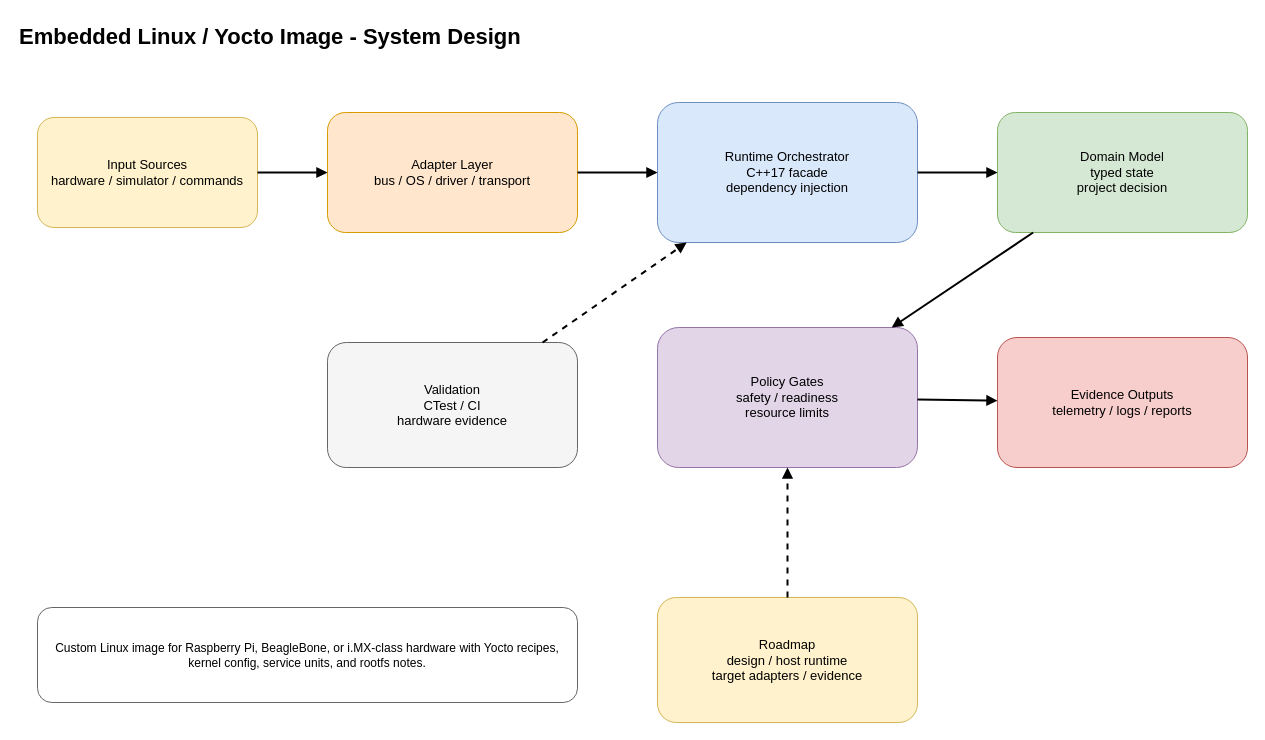
This is docs/design/diagrams/system-design.drawio from rheslar1/embedded-linux-yocto-image, a draw.io file, before an edit. Source tidied: cells renumbered, new cells numbered last; positions are measured from the earlier drawing's top-left corner, leaving out a move shared by most shapes. Both pictures are drawn from the tidied source at 100%, with x=0, y=0 at pixel (17, 17).
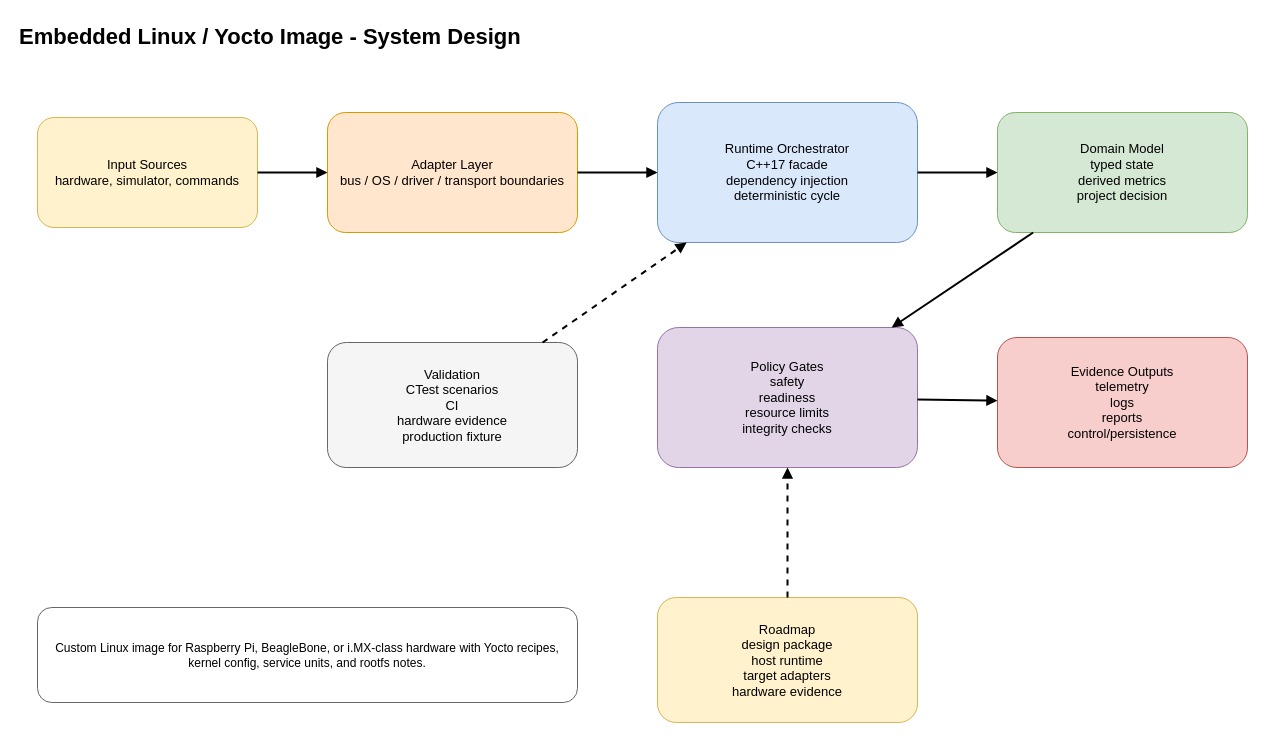
The same page after the edit.

Commit message (it also covers changes not shown here):
Add detailed design documentation package

Change to the diagram source:
```diff
@@
 <mxGraphModel>
   <root>
     <mxCell id="0" />
     <mxCell id="1" parent="0" />
     <mxCell id="2" value="Embedded Linux / Yocto Image - System Design" style="text;html=1;strokeColor=none;fillColor=none;fontSize=22;fontStyle=1;" parent="1" vertex="1">
-      <mxGeometry width="780" height="40" as="geometry" />
+      <mxGeometry width="760" height="40" as="geometry" />
     </mxCell>
-    <mxCell id="3" value="Input Sources&#10;hardware / simulator / commands" style="rounded=1;whiteSpace=wrap;html=1;fillColor=#fff2cc;strokeColor=#d6b656;fontSize=13;" parent="1" vertex="1">
+    <mxCell id="3" value="Input Sources&#10;hardware, simulator, commands" style="rounded=1;whiteSpace=wrap;html=1;fillColor=#fff2cc;strokeColor=#d6b656;fontSize=13;" parent="1" vertex="1">
       <mxGeometry x="20" y="100" width="220" height="110" as="geometry" />
     </mxCell>
-    <mxCell id="4" value="Adapter Layer&#10;bus / OS / driver / transport" style="rounded=1;whiteSpace=wrap;html=1;fillColor=#ffe6cc;strokeColor=#d79b00;fontSize=13;" parent="1" vertex="1">
+    <mxCell id="4" value="Adapter Layer&#10;bus / OS / driver / transport boundaries" style="rounded=1;whiteSpace=wrap;html=1;fillColor=#ffe6cc;strokeColor=#d79b00;fontSize=13;" parent="1" vertex="1">
       <mxGeometry x="310" y="95" width="250" height="120" as="geometry" />
     </mxCell>
-    <mxCell id="5" value="Runtime Orchestrator&#10;C++17 facade&#10;dependency injection" style="rounded=1;whiteSpace=wrap;html=1;fillColor=#dae8fc;strokeColor=#6c8ebf;fontSize=13;" parent="1" vertex="1">
+    <mxCell id="5" value="Runtime Orchestrator&#10;C++17 facade&#10;dependency injection&#10;deterministic cycle" style="rounded=1;whiteSpace=wrap;html=1;fillColor=#dae8fc;strokeColor=#6c8ebf;fontSize=13;" parent="1" vertex="1">
       <mxGeometry x="640" y="85" width="260" height="140" as="geometry" />
     </mxCell>
-    <mxCell id="6" value="Domain Model&#10;typed state&#10;project decision" style="rounded=1;whiteSpace=wrap;html=1;fillColor=#d5e8d4;strokeColor=#82b366;fontSize=13;" parent="1" vertex="1">
+    <mxCell id="6" value="Domain Model&#10;typed state&#10;derived metrics&#10;project decision" style="rounded=1;whiteSpace=wrap;html=1;fillColor=#d5e8d4;strokeColor=#82b366;fontSize=13;" parent="1" vertex="1">
       <mxGeometry x="980" y="95" width="250" height="120" as="geometry" />
     </mxCell>
-    <mxCell id="7" value="Policy Gates&#10;safety / readiness&#10;resource limits" style="rounded=1;whiteSpace=wrap;html=1;fillColor=#e1d5e7;strokeColor=#9673a6;fontSize=13;" parent="1" vertex="1">
+    <mxCell id="7" value="Policy Gates&#10;safety&#10;readiness&#10;resource limits&#10;integrity checks" style="rounded=1;whiteSpace=wrap;html=1;fillColor=#e1d5e7;strokeColor=#9673a6;fontSize=13;" parent="1" vertex="1">
       <mxGeometry x="640" y="310" width="260" height="140" as="geometry" />
     </mxCell>
-    <mxCell id="8" value="Evidence Outputs&#10;telemetry / logs / reports" style="rounded=1;whiteSpace=wrap;html=1;fillColor=#f8cecc;strokeColor=#b85450;fontSize=13;" parent="1" vertex="1">
+    <mxCell id="8" value="Evidence Outputs&#10;telemetry&#10;logs&#10;reports&#10;control/persistence" style="rounded=1;whiteSpace=wrap;html=1;fillColor=#f8cecc;strokeColor=#b85450;fontSize=13;" parent="1" vertex="1">
       <mxGeometry x="980" y="320" width="250" height="130" as="geometry" />
     </mxCell>
-    <mxCell id="9" value="Validation&#10;CTest / CI&#10;hardware evidence" style="rounded=1;whiteSpace=wrap;html=1;fillColor=#f5f5f5;strokeColor=#666666;fontSize=13;" parent="1" vertex="1">
+    <mxCell id="9" value="Validation&#10;CTest scenarios&#10;CI&#10;hardware evidence&#10;production fixture" style="rounded=1;whiteSpace=wrap;html=1;fillColor=#f5f5f5;strokeColor=#666666;fontSize=13;" parent="1" vertex="1">
       <mxGeometry x="310" y="325" width="250" height="125" as="geometry" />
     </mxCell>
+    <mxCell id="11" value="Roadmap&#10;design package&#10;host runtime&#10;target adapters&#10;hardware evidence" style="rounded=1;whiteSpace=wrap;html=1;fillColor=#fff2cc;strokeColor=#d6b656;fontSize=13;" parent="1" vertex="1">
+      <mxGeometry x="640" y="580" width="260" height="125" as="geometry" />
+    </mxCell>
     <mxCell id="10" value="Custom Linux image for Raspberry Pi, BeagleBone, or i.MX-class hardware with Yocto recipes, kernel config, service units, and rootfs notes." style="rounded=1;whiteSpace=wrap;html=1;fillColor=#ffffff;strokeColor=#666666;fontSize=12;" parent="1" vertex="1">
       <mxGeometry x="20" y="590" width="540" height="95" as="geometry" />
     </mxCell>
-    <mxCell id="11" value="Roadmap&#10;design / host runtime&#10;target adapters / evidence" style="rounded=1;whiteSpace=wrap;html=1;fillColor=#fff2cc;strokeColor=#d6b656;fontSize=13;" parent="1" vertex="1">
-      <mxGeometry x="640" y="580" width="260" height="125" as="geometry" />
-    </mxCell>
     <mxCell id="12" style="endArrow=block;html=1;rounded=0;strokeWidth=2;" parent="1" edge="1" source="3" target="4">
       <mxGeometry relative="1" as="geometry" />
     </mxCell>
     <mxCell id="13" style="endArrow=block;html=1;rounded=0;strokeWidth=2;" parent="1" edge="1" source="4" target="5">
       <mxGeometry relative="1" as="geometry" />
     </mxCell>
     <mxCell id="14" style="endArrow=block;html=1;rounded=0;strokeWidth=2;" parent="1" edge="1" source="5" target="6">
       <mxGeometry relative="1" as="geometry" />
     </mxCell>
     <mxCell id="15" style="endArrow=block;html=1;rounded=0;strokeWidth=2;" parent="1" edge="1" source="6" target="7">
       <mxGeometry relative="1" as="geometry" />
     </mxCell>
     <mxCell id="16" style="endArrow=block;html=1;rounded=0;strokeWidth=2;" parent="1" edge="1" source="7" target="8">
       <mxGeometry relative="1" as="geometry" />
     </mxCell>
     <mxCell id="17" style="endArrow=block;html=1;rounded=0;strokeWidth=2;dashed=1;" parent="1" edge="1" source="9" target="5">
       <mxGeometry relative="1" as="geometry" />
     </mxCell>
     <mxCell id="18" style="endArrow=block;html=1;rounded=0;strokeWidth=2;dashed=1;" parent="1" edge="1" source="11" target="7">
       <mxGeometry relative="1" as="geometry" />
     </mxCell>
   </root>
 </mxGraphModel>
```
